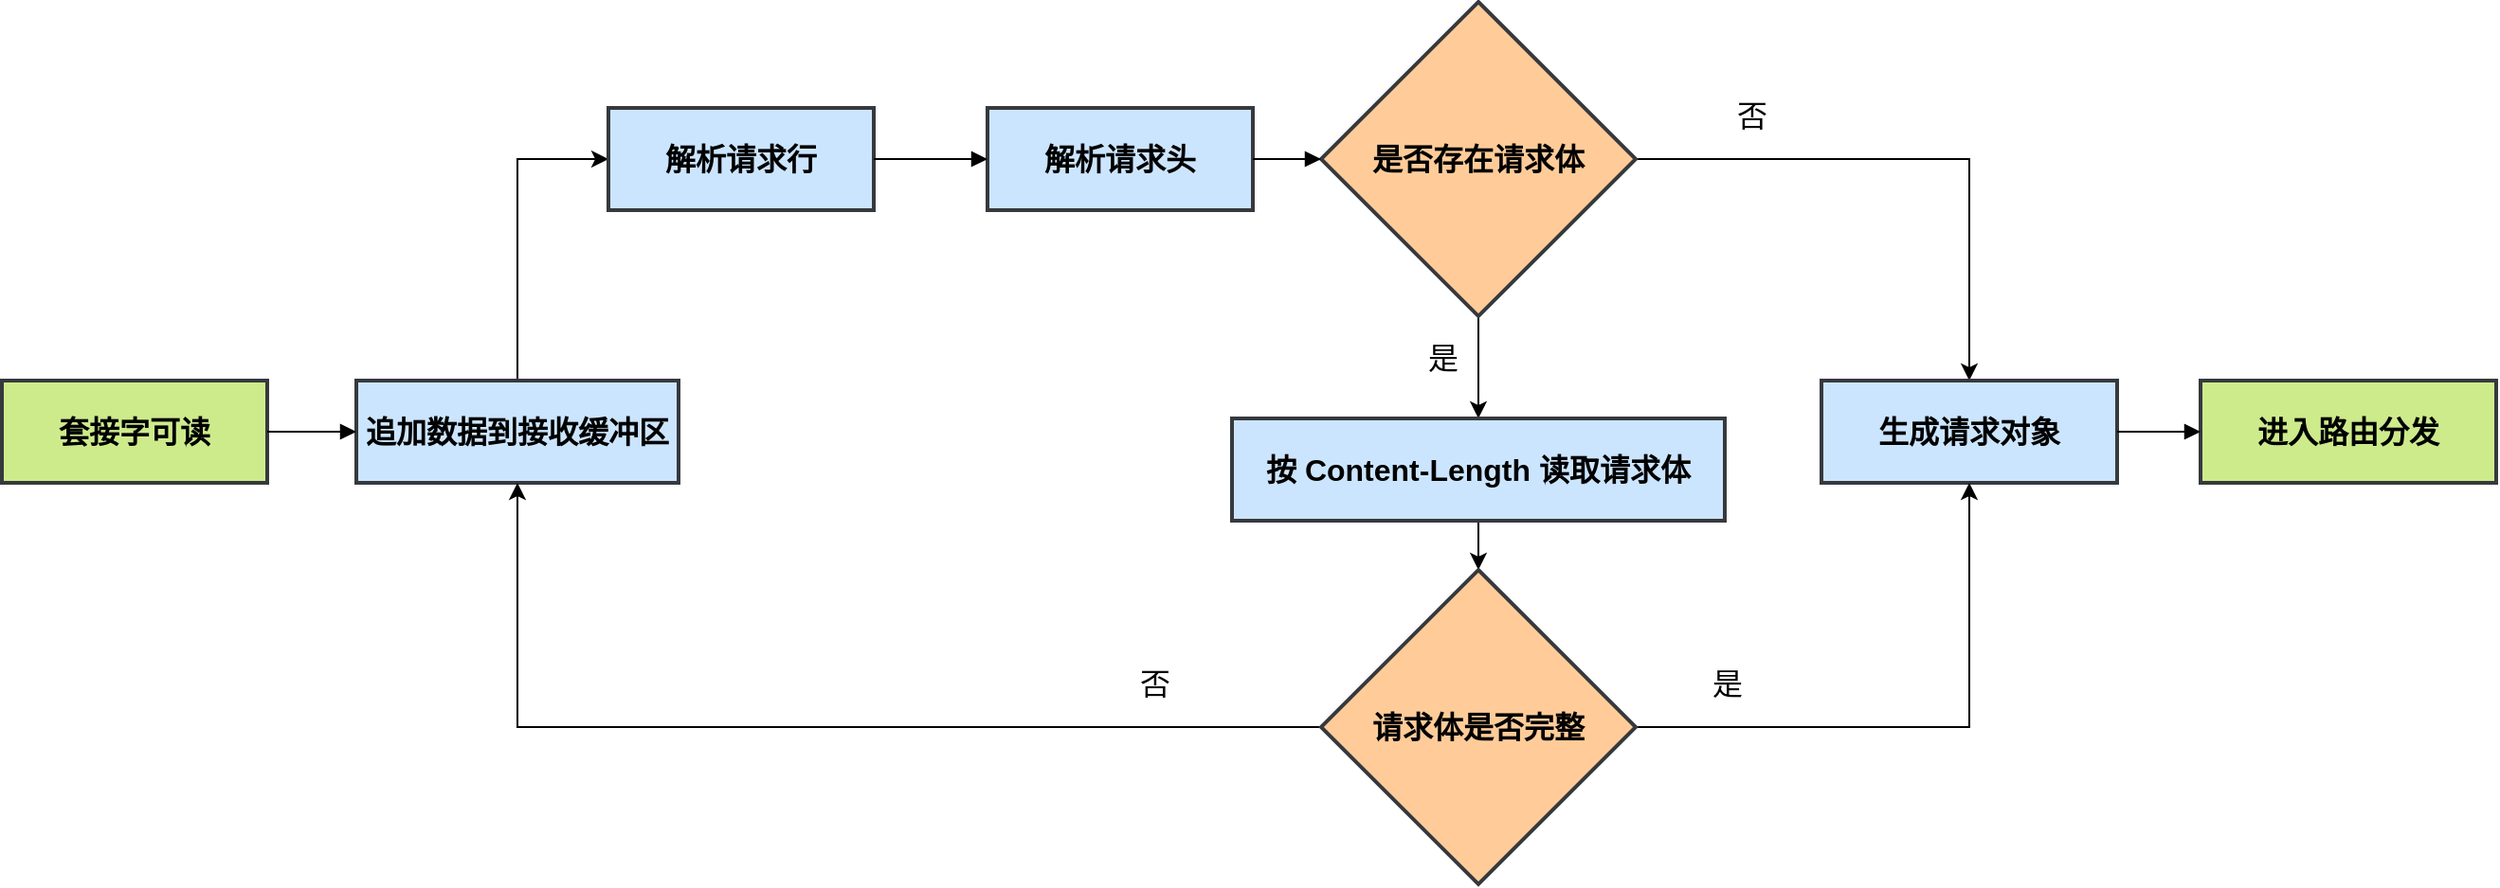
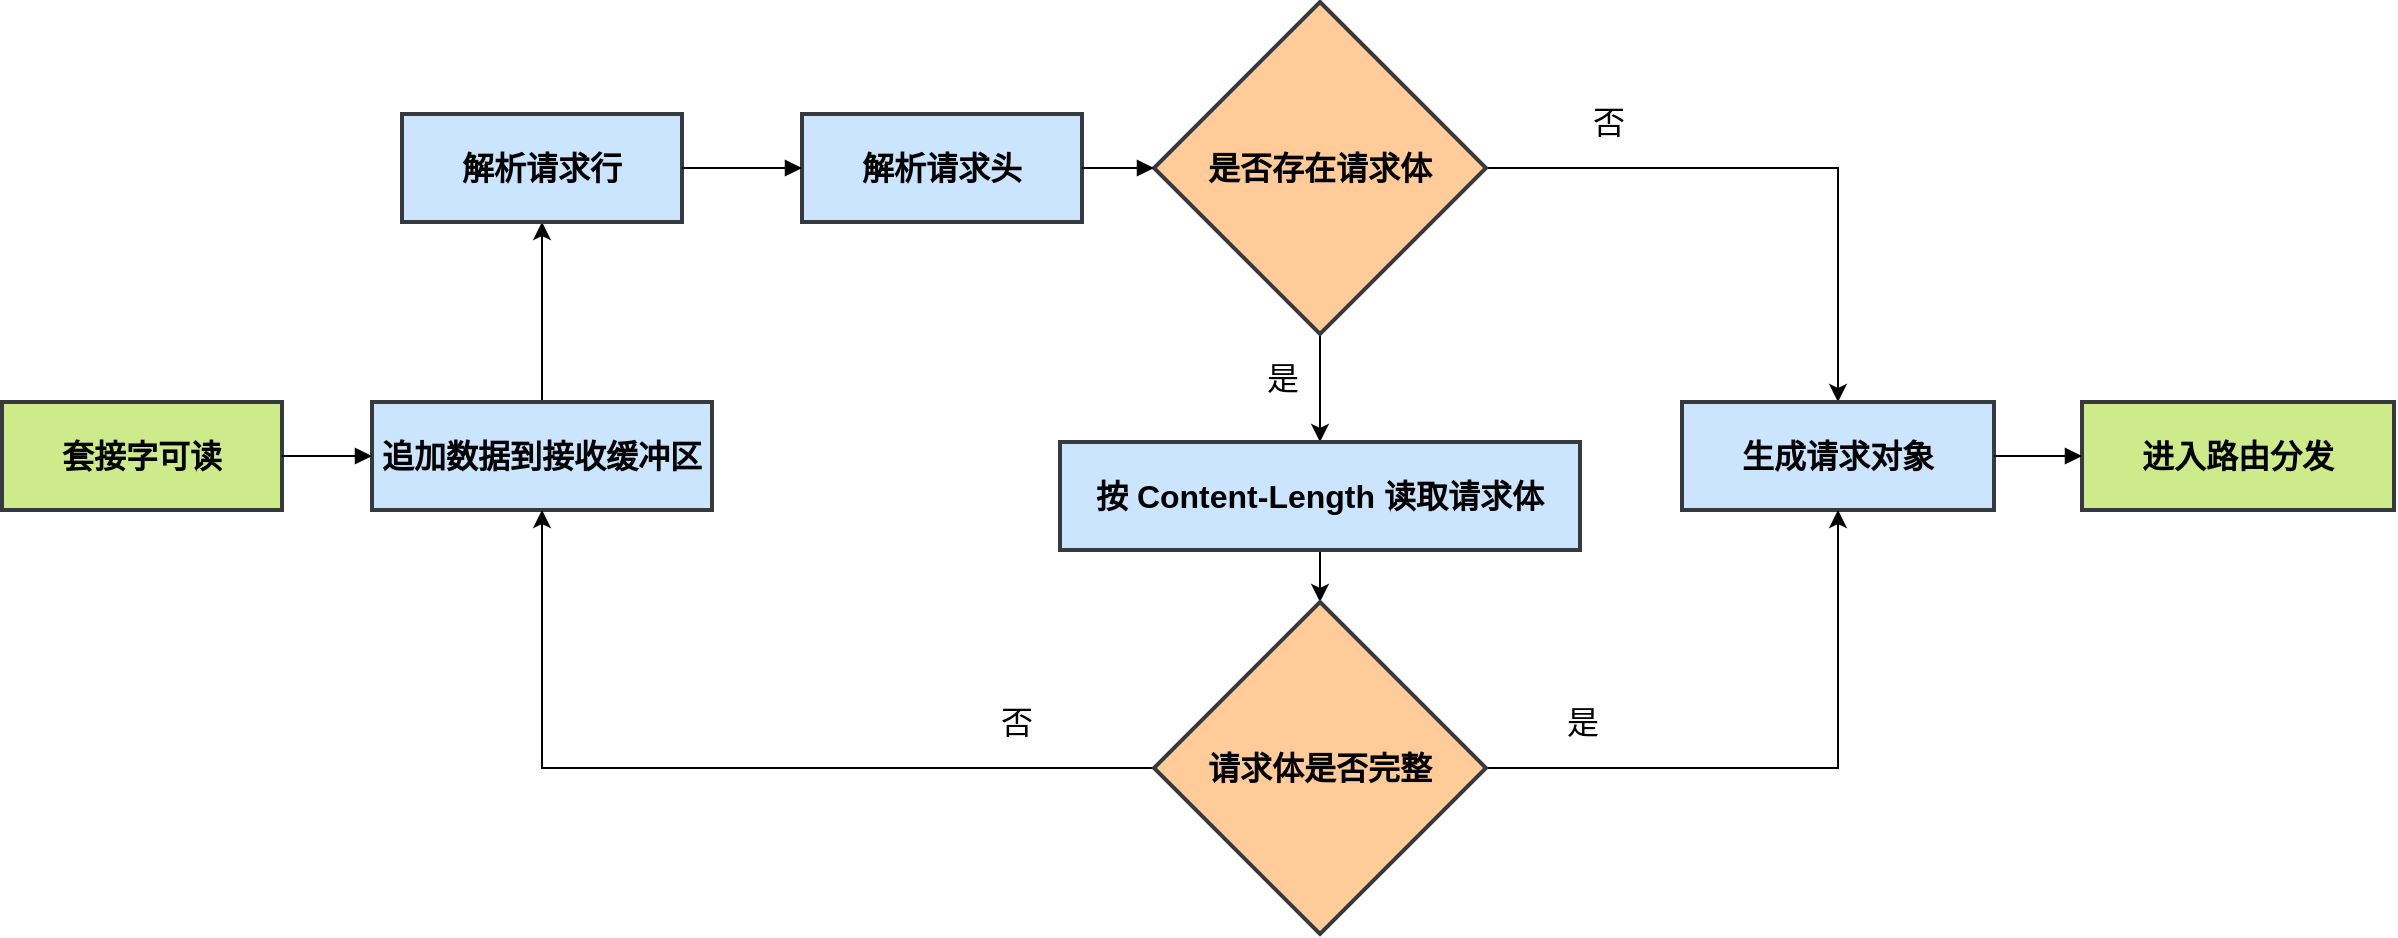
<mxfile host="app.diagrams.net">
  <diagram name="第 1 页" id="RosFXbAkkBfooXHqlpog">
-     <mxGraphModel dx="1368" dy="921" grid="1" gridSize="10" guides="1" tooltips="1" connect="1" arrows="1" fold="1" page="1" pageScale="1" pageWidth="827" pageHeight="1169" math="0" shadow="0">
+     <mxGraphModel dx="2008" dy="1148" grid="1" gridSize="10" guides="1" tooltips="1" connect="1" arrows="1" fold="1" page="1" pageScale="1" pageWidth="827" pageHeight="1169" math="0" shadow="0">
      <root>
        <mxCell id="0" />
        <mxCell id="1" parent="0" />
        <mxCell id="7Ue206ysxeui8PVF9nSJ-20" parent="1" style="whiteSpace=wrap;strokeWidth=2;fillColor=#cdeb8b;strokeColor=#36393d;fontSize=16;fontStyle=1" value="套接字可读" vertex="1">
-           <mxGeometry height="54" width="140" x="470" y="220" as="geometry" />
+           <mxGeometry height="54" width="140" x="590" y="220" as="geometry" />
        </mxCell>
-         <mxCell id="7Ue206ysxeui8PVF9nSJ-49" edge="1" parent="1" source="7Ue206ysxeui8PVF9nSJ-21" style="edgeStyle=orthogonalEdgeStyle;rounded=0;orthogonalLoop=1;jettySize=auto;html=1;exitX=0.5;exitY=0;exitDx=0;exitDy=0;entryX=0;entryY=0.5;entryDx=0;entryDy=0;curved=0;" target="7Ue206ysxeui8PVF9nSJ-22">
+         <mxCell id="j3ib7AHfaQ_Oww4agq5u-1" edge="1" parent="1" source="7Ue206ysxeui8PVF9nSJ-21" style="edgeStyle=orthogonalEdgeStyle;rounded=0;orthogonalLoop=1;jettySize=auto;html=1;entryX=0.5;entryY=1;entryDx=0;entryDy=0;" target="7Ue206ysxeui8PVF9nSJ-22">
          <mxGeometry relative="1" as="geometry" />
        </mxCell>
        <mxCell id="7Ue206ysxeui8PVF9nSJ-21" parent="1" style="whiteSpace=wrap;strokeWidth=2;fillColor=#cce5ff;strokeColor=#36393d;fontSize=16;fontStyle=1" value="追加数据到接收缓冲区" vertex="1">
-           <mxGeometry height="54" width="170" x="657" y="220" as="geometry" />
+           <mxGeometry height="54" width="170" x="775" y="220" as="geometry" />
        </mxCell>
        <mxCell id="7Ue206ysxeui8PVF9nSJ-22" parent="1" style="whiteSpace=wrap;strokeWidth=2;fillColor=#cce5ff;strokeColor=#36393d;fontSize=16;fontStyle=1" value="解析请求行" vertex="1">
          <mxGeometry height="54" width="140" x="790" y="76" as="geometry" />
        </mxCell>
        <mxCell id="7Ue206ysxeui8PVF9nSJ-23" parent="1" style="whiteSpace=wrap;strokeWidth=2;fillColor=#cce5ff;strokeColor=#36393d;fontSize=16;fontStyle=1" value="解析请求头" vertex="1">
          <mxGeometry height="54" width="140" x="990" y="76" as="geometry" />
        </mxCell>
        <mxCell id="7Ue206ysxeui8PVF9nSJ-41" edge="1" parent="1" source="7Ue206ysxeui8PVF9nSJ-24" style="edgeStyle=orthogonalEdgeStyle;rounded=0;orthogonalLoop=1;jettySize=auto;html=1;exitX=0.5;exitY=1;exitDx=0;exitDy=0;entryX=0.5;entryY=0;entryDx=0;entryDy=0;" target="7Ue206ysxeui8PVF9nSJ-26">
          <mxGeometry relative="1" as="geometry" />
        </mxCell>
        <mxCell id="7Ue206ysxeui8PVF9nSJ-54" connectable="0" parent="7Ue206ysxeui8PVF9nSJ-41" style="edgeLabel;html=1;align=center;verticalAlign=middle;resizable=0;points=[];fontSize=16;labelBackgroundColor=none;" value="是" vertex="1">
          <mxGeometry relative="1" x="-0.1997" y="-2" as="geometry">
            <mxPoint x="-17" as="offset" />
          </mxGeometry>
        </mxCell>
        <mxCell id="7Ue206ysxeui8PVF9nSJ-51" edge="1" parent="1" source="7Ue206ysxeui8PVF9nSJ-24" style="edgeStyle=orthogonalEdgeStyle;rounded=0;orthogonalLoop=1;jettySize=auto;html=1;exitX=1;exitY=0.5;exitDx=0;exitDy=0;entryX=0.5;entryY=0;entryDx=0;entryDy=0;" target="7Ue206ysxeui8PVF9nSJ-25">
          <mxGeometry relative="1" as="geometry" />
        </mxCell>
        <mxCell id="7Ue206ysxeui8PVF9nSJ-52" connectable="0" parent="7Ue206ysxeui8PVF9nSJ-51" style="edgeLabel;html=1;align=center;verticalAlign=middle;resizable=0;points=[];fontSize=16;labelBackgroundColor=none;" value="否" vertex="1">
          <mxGeometry relative="1" x="-0.699" as="geometry">
            <mxPoint x="17" y="-23" as="offset" />
          </mxGeometry>
        </mxCell>
        <mxCell id="7Ue206ysxeui8PVF9nSJ-24" parent="1" style="rhombus;strokeWidth=2;whiteSpace=wrap;fillColor=#ffcc99;strokeColor=#36393d;fontSize=16;fontStyle=1" value="是否存在请求体" vertex="1">
          <mxGeometry height="166" width="166" x="1166" y="20" as="geometry" />
        </mxCell>
        <mxCell id="7Ue206ysxeui8PVF9nSJ-25" parent="1" style="whiteSpace=wrap;strokeWidth=2;fillColor=#cce5ff;strokeColor=#36393d;fontSize=16;fontStyle=1" value="生成请求对象" vertex="1">
          <mxGeometry height="54" width="156" x="1430" y="220" as="geometry" />
        </mxCell>
        <mxCell id="7Ue206ysxeui8PVF9nSJ-43" edge="1" parent="1" source="7Ue206ysxeui8PVF9nSJ-26" style="edgeStyle=orthogonalEdgeStyle;rounded=0;orthogonalLoop=1;jettySize=auto;html=1;exitX=0.5;exitY=1;exitDx=0;exitDy=0;entryX=0.5;entryY=0;entryDx=0;entryDy=0;" target="7Ue206ysxeui8PVF9nSJ-27">
          <mxGeometry relative="1" as="geometry" />
        </mxCell>
        <mxCell id="7Ue206ysxeui8PVF9nSJ-26" parent="1" style="whiteSpace=wrap;strokeWidth=2;fillColor=#cce5ff;strokeColor=#36393d;fontSize=16;fontStyle=1" value="按 Content-Length 读取请求体" vertex="1">
          <mxGeometry height="54" width="260" x="1119" y="240" as="geometry" />
        </mxCell>
        <mxCell id="7Ue206ysxeui8PVF9nSJ-48" edge="1" parent="1" source="7Ue206ysxeui8PVF9nSJ-27" style="edgeStyle=orthogonalEdgeStyle;rounded=0;orthogonalLoop=1;jettySize=auto;html=1;exitX=0;exitY=0.5;exitDx=0;exitDy=0;entryX=0.5;entryY=1;entryDx=0;entryDy=0;curved=0;fontSize=11;" target="7Ue206ysxeui8PVF9nSJ-21">
          <mxGeometry relative="1" as="geometry" />
        </mxCell>
        <mxCell id="7Ue206ysxeui8PVF9nSJ-50" connectable="0" parent="7Ue206ysxeui8PVF9nSJ-48" style="edgeLabel;html=1;align=center;verticalAlign=middle;resizable=0;points=[];fontSize=16;labelBackgroundColor=none;" value="否" vertex="1">
          <mxGeometry relative="1" x="-0.6804" y="1" as="geometry">
            <mxPoint y="-24" as="offset" />
          </mxGeometry>
        </mxCell>
        <mxCell id="r3E9gMd2yCh_cJbUaD9p-1" edge="1" parent="1" source="7Ue206ysxeui8PVF9nSJ-27" style="edgeStyle=orthogonalEdgeStyle;rounded=0;orthogonalLoop=1;jettySize=auto;html=1;exitX=1;exitY=0.5;exitDx=0;exitDy=0;entryX=0.5;entryY=1;entryDx=0;entryDy=0;" target="7Ue206ysxeui8PVF9nSJ-25">
          <mxGeometry relative="1" as="geometry" />
        </mxCell>
        <mxCell id="r3E9gMd2yCh_cJbUaD9p-2" connectable="0" parent="r3E9gMd2yCh_cJbUaD9p-1" style="edgeLabel;html=1;align=center;verticalAlign=middle;resizable=0;points=[];fontSize=16;labelBackgroundColor=none;" value="是" vertex="1">
          <mxGeometry relative="1" x="-0.1519" y="4" as="geometry">
            <mxPoint x="-82" y="-19" as="offset" />
          </mxGeometry>
        </mxCell>
        <mxCell id="7Ue206ysxeui8PVF9nSJ-27" parent="1" style="rhombus;strokeWidth=2;whiteSpace=wrap;fillColor=#ffcc99;strokeColor=#36393d;fontSize=16;fontStyle=1" value="请求体是否完整" vertex="1">
          <mxGeometry height="166" width="166" x="1166" y="320" as="geometry" />
        </mxCell>
        <mxCell id="7Ue206ysxeui8PVF9nSJ-28" parent="1" style="whiteSpace=wrap;strokeWidth=2;fillColor=#cdeb8b;strokeColor=#36393d;fontSize=16;fontStyle=1" value="进入路由分发" vertex="1">
          <mxGeometry height="54" width="156" x="1630" y="220" as="geometry" />
        </mxCell>
        <mxCell id="7Ue206ysxeui8PVF9nSJ-29" edge="1" parent="1" source="7Ue206ysxeui8PVF9nSJ-20" style="curved=1;startArrow=none;endArrow=block;exitX=1;exitY=0.5;entryX=0;entryY=0.5;rounded=0;" target="7Ue206ysxeui8PVF9nSJ-21" value="">
          <mxGeometry relative="1" as="geometry">
            <Array as="points" />
          </mxGeometry>
        </mxCell>
        <mxCell id="7Ue206ysxeui8PVF9nSJ-31" edge="1" parent="1" source="7Ue206ysxeui8PVF9nSJ-22" style="curved=1;startArrow=none;endArrow=block;exitX=1;exitY=0.5;entryX=0;entryY=0.5;rounded=0;" target="7Ue206ysxeui8PVF9nSJ-23" value="">
          <mxGeometry relative="1" as="geometry">
            <Array as="points" />
          </mxGeometry>
        </mxCell>
        <mxCell id="7Ue206ysxeui8PVF9nSJ-32" edge="1" parent="1" source="7Ue206ysxeui8PVF9nSJ-23" style="curved=1;startArrow=none;endArrow=block;exitX=1;exitY=0.5;entryX=0;entryY=0.5;rounded=0;" target="7Ue206ysxeui8PVF9nSJ-24" value="">
          <mxGeometry relative="1" as="geometry">
            <Array as="points" />
          </mxGeometry>
        </mxCell>
        <mxCell id="7Ue206ysxeui8PVF9nSJ-38" edge="1" parent="1" source="7Ue206ysxeui8PVF9nSJ-25" style="curved=1;startArrow=none;endArrow=block;exitX=1;exitY=0.5;entryX=0;entryY=0.5;rounded=0;" target="7Ue206ysxeui8PVF9nSJ-28" value="">
          <mxGeometry relative="1" as="geometry">
            <Array as="points" />
          </mxGeometry>
        </mxCell>
      </root>
    </mxGraphModel>
  </diagram>
</mxfile>
